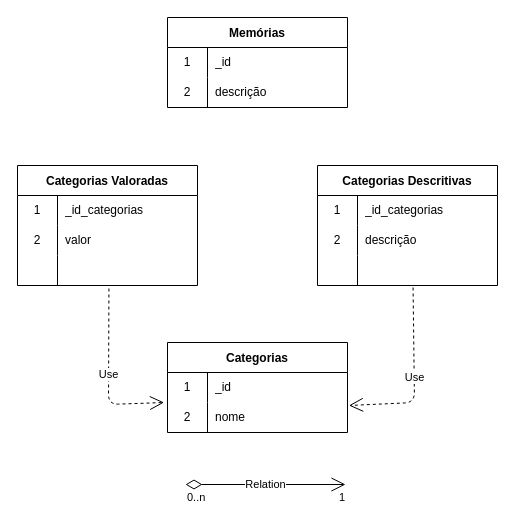
marvinho-tn/aurora keeps this draw.io diagram as docs/diagrama_de_dados_aurora.drawio. Above is the earlier version. Source tidied: cells renumbered, new cells numbered last; positions are measured from the earlier drawing's top-left corner, leaving out a move shared by most shapes. Both pictures are drawn from the tidied source at 100%, with x=0, y=0 at pixel (17, 17).
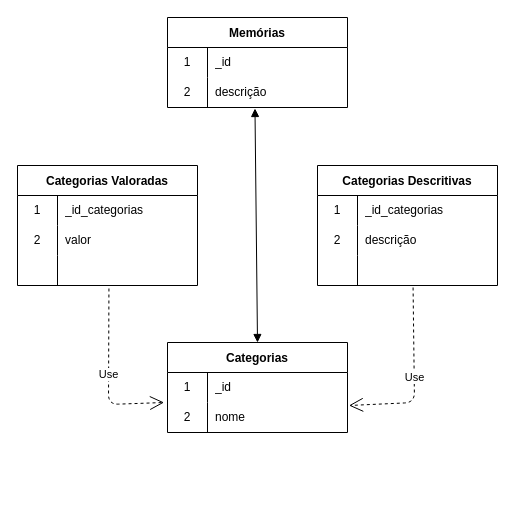
The same page after the edit.

Unchanged cells that the change refers to:
```xml
<mxCell id="6" style="shape=tableRow;horizontal=0;startSize=0;swimlaneHead=0;swimlaneBody=0;top=0;left=0;bottom=0;right=0;fillColor=none;points=[[0,0.5],[1,0.5]];portConstraint=eastwest;" parent="2" vertex="1">
  <mxGeometry y="60" width="180" height="30" as="geometry" />
</mxCell>
<mxCell id="19" value="Categorias" style="shape=table;startSize=30;childLayout=tableLayout;rowLines=0;fontStyle=1;" parent="1" vertex="1">
  <mxGeometry x="150" y="325" width="180" height="90" as="geometry" />
</mxCell>
```

Diff of the diagram source:
```diff
@@
-    <mxCell id="38" value="Relation" style="endArrow=open;html=1;endSize=12;startArrow=diamondThin;startSize=14;startFill=0;edgeStyle=orthogonalEdgeStyle;" parent="1" edge="1">
-      <mxGeometry relative="1" as="geometry">
-        <mxPoint x="168" y="467" as="sourcePoint" />
-        <mxPoint x="328" y="467" as="targetPoint" />
-      </mxGeometry>
-    </mxCell>
-    <mxCell id="39" value="0..n" style="edgeLabel;html=1;align=left;verticalAlign=top;" parent="38" vertex="1">
-      <mxGeometry x="-1" relative="1" as="geometry" />
-    </mxCell>
-    <mxCell id="40" value="1" style="edgeLabel;html=1;align=right;verticalAlign=top;" parent="38" vertex="1">
-      <mxGeometry x="1" relative="1" as="geometry" />
-    </mxCell>
+    <mxCell id="41" style="endArrow=block;startArrow=block;endFill=1;startFill=1;html=1;exitX=0.486;exitY=1.033;exitDx=0;exitDy=0;exitPerimeter=0;entryX=0.5;entryY=0;entryDx=0;entryDy=0;" parent="1" edge="1" source="6" target="19">
+      <mxGeometry relative="1" as="geometry" />
+    </mxCell>
```
